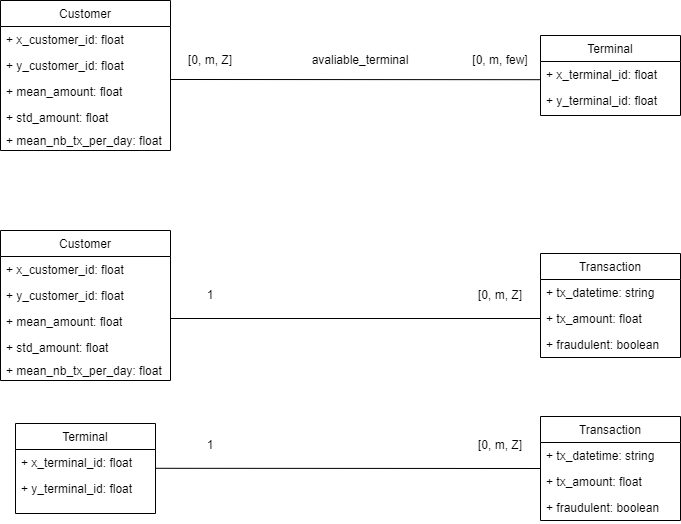
Earlier version of the draw.io export report/images/MongoCardinality.png (Davydhh/MongoDB-for-Fraud-Detection). Source tidied: cells renumbered, new cells last; positions are measured from the earlier drawing's top-left corner, leaving out a move shared by most shapes.
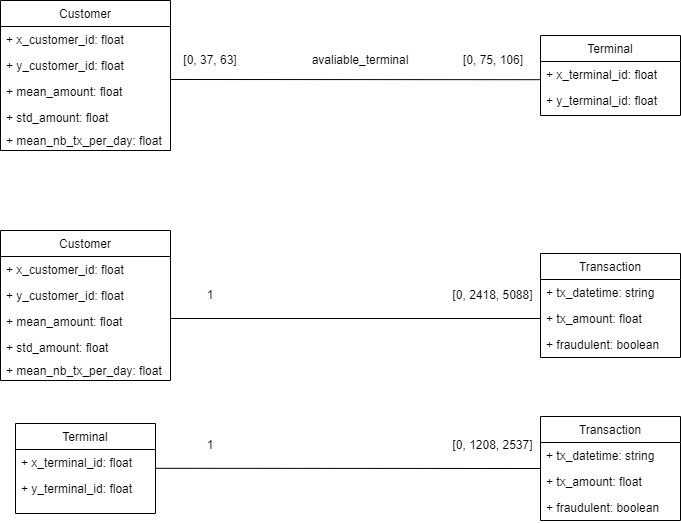
Above is the later version.

What changed in the source:
```diff
@@ -93,23 +93,23 @@
         <mxPoint x="540" y="468" as="targetPoint" />
       </mxGeometry>
     </mxCell>
-    <mxCell id="31" value="[0, m, Z]" style="text;html=1;strokeColor=none;fillColor=none;align=center;verticalAlign=middle;whiteSpace=wrap;rounded=0;" parent="1" vertex="1">
+    <mxCell id="31" value="[0, 37, 63]" style="text;html=1;strokeColor=none;fillColor=none;align=center;verticalAlign=middle;whiteSpace=wrap;rounded=0;" parent="1" vertex="1">
       <mxGeometry x="180" y="45" width="60" height="30" as="geometry" />
     </mxCell>
-    <mxCell id="32" value="[0, m, Z]" style="text;html=1;strokeColor=none;fillColor=none;align=center;verticalAlign=middle;whiteSpace=wrap;rounded=0;" parent="1" vertex="1">
-      <mxGeometry x="470" y="430" width="60" height="30" as="geometry" />
+    <mxCell id="32" value="[0, 1208, 2537]" style="text;html=1;strokeColor=none;fillColor=none;align=center;verticalAlign=middle;whiteSpace=wrap;rounded=0;" parent="1" vertex="1">
+      <mxGeometry x="451.2" y="430" width="82.5" height="30" as="geometry" />
     </mxCell>
     <mxCell id="33" value="1" style="text;html=1;strokeColor=none;fillColor=none;align=center;verticalAlign=middle;whiteSpace=wrap;rounded=0;" parent="1" vertex="1">
       <mxGeometry x="180" y="430" width="60" height="30" as="geometry" />
     </mxCell>
-    <mxCell id="34" value="[0, m, Z]" style="text;html=1;strokeColor=none;fillColor=none;align=center;verticalAlign=middle;whiteSpace=wrap;rounded=0;" parent="1" vertex="1">
-      <mxGeometry x="470" y="280" width="60" height="30" as="geometry" />
+    <mxCell id="34" value="[0, 2418, 5088]" style="text;html=1;strokeColor=none;fillColor=none;align=center;verticalAlign=middle;whiteSpace=wrap;rounded=0;" parent="1" vertex="1">
+      <mxGeometry x="450" y="280" width="85" height="30" as="geometry" />
     </mxCell>
     <mxCell id="35" value="1" style="text;html=1;strokeColor=none;fillColor=none;align=center;verticalAlign=middle;whiteSpace=wrap;rounded=0;" parent="1" vertex="1">
       <mxGeometry x="180" y="280" width="60" height="30" as="geometry" />
     </mxCell>
-    <mxCell id="36" value="[0, m, few]" style="text;html=1;strokeColor=none;fillColor=none;align=center;verticalAlign=middle;whiteSpace=wrap;rounded=0;" parent="1" vertex="1">
-      <mxGeometry x="470" y="45" width="60" height="30" as="geometry" />
+    <mxCell id="36" value="[0, 75, 106]" style="text;html=1;strokeColor=none;fillColor=none;align=center;verticalAlign=middle;whiteSpace=wrap;rounded=0;" parent="1" vertex="1">
+      <mxGeometry x="457.5" y="45" width="70" height="30" as="geometry" />
     </mxCell>
     <mxCell id="37" value="avaliable_terminal" style="text;html=1;strokeColor=none;fillColor=none;align=center;verticalAlign=middle;whiteSpace=wrap;rounded=0;fontStyle=0;" parent="1" vertex="1">
       <mxGeometry x="330" y="45" width="60" height="30" as="geometry" />
```
